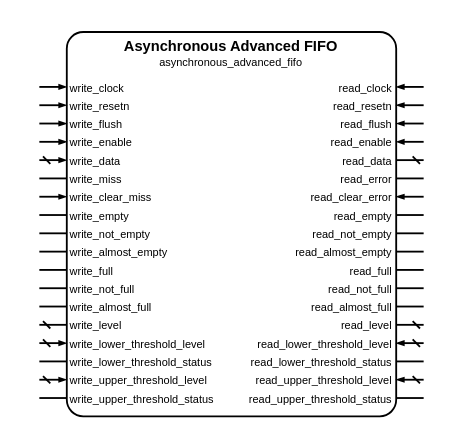
This is sources/data/access_enable/asynchronous_advanced_fifo/asynchronous_advanced_fifo.symbol.drawio from Louis-DR/OmniCores-BuildingBlocks, a draw.io file, before an edit. Source tidied: cells renumbered, new cells numbered last; positions are measured from the earlier drawing's top-left corner, leaving out a move shared by most shapes. Both pictures are drawn from the tidied source at 183%, with x=0, y=0 at pixel (38, 31).
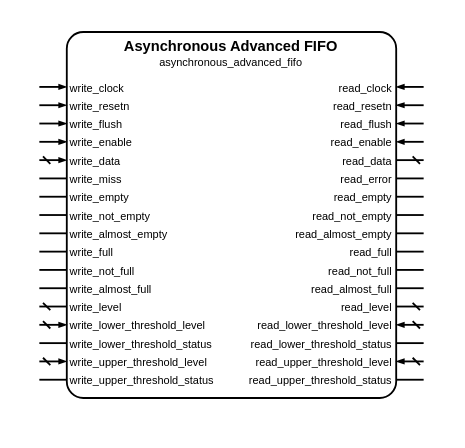
Above is the later version.

Commit message (it also covers changes not shown here):
[Change] Write miss and read error of advanced access-enable FIFOs are no longer registered flag that need clearing, but instead are pulse notification signals

The edit, as a diff of the source:
```diff
@@
     <mxCell id="2" style="group;" parent="1" vertex="1">
-      <mxGeometry width="210" height="210" as="geometry" />
+      <mxGeometry width="210" height="200" as="geometry" />
     </mxCell>
     <mxCell id="3" style="rounded=1;arcSize=5;fillColor=none;strokeWidth=1;strokeColor=black;whiteSpace=wrap;html=1;" parent="2" vertex="1">
-      <mxGeometry x="15" width="180" height="210" as="geometry" />
+      <mxGeometry x="15" width="180" height="200" as="geometry" />
     </mxCell>
@@
-    <mxCell id="30" value="write_clear_miss" style="text;html=1;align=left;verticalAlign=middle;whiteSpace=wrap;rounded=0;fontSize=6;fontStyle=0;fontColor=black;" parent="2" vertex="1">
-      <mxGeometry x="15" y="90" width="180" as="geometry" />
-    </mxCell>
-    <mxCell id="31" style="html=1;rounded=1;strokeWidth=1;strokeColor=black;startFill=0;startSize=2;startArrow=none;endFill=1;endSize=2;endArrow=blockThin;sourcePerimeterSpacing=0;" parent="2" edge="1">
-      <mxGeometry relative="1" as="geometry">
-        <mxPoint y="90" as="sourcePoint" />
-        <mxPoint x="15" y="90" as="targetPoint" />
-      </mxGeometry>
-    </mxCell>
-    <mxCell id="32" value="read_clear_error" style="text;html=1;align=right;verticalAlign=middle;whiteSpace=wrap;rounded=0;fontSize=6;fontStyle=0;fontColor=black;" parent="2" vertex="1">
-      <mxGeometry x="15" y="90" width="180" as="geometry" />
-    </mxCell>
-    <mxCell id="33" style="html=1;rounded=1;strokeWidth=1;strokeColor=black;startFill=0;startSize=2;startArrow=none;endFill=1;endSize=2;endArrow=blockThin;sourcePerimeterSpacing=0;" parent="2" edge="1">
-      <mxGeometry relative="1" as="geometry">
-        <mxPoint x="210" y="90" as="sourcePoint" />
-        <mxPoint x="195" y="90" as="targetPoint" />
-      </mxGeometry>
-    </mxCell>
     <mxCell id="34" value="write_empty" style="text;html=1;align=left;verticalAlign=middle;whiteSpace=wrap;rounded=0;fontSize=6;fontStyle=0;fontColor=black;" parent="2" vertex="1">
-      <mxGeometry x="15" y="100" width="180" as="geometry" />
+      <mxGeometry x="15" y="90" width="180" as="geometry" />
     </mxCell>
     <mxCell id="35" style="html=1;rounded=1;strokeWidth=1;strokeColor=black;startFill=0;startSize=2;startArrow=none;endFill=1;endSize=2;endArrow=none;sourcePerimeterSpacing=0;" parent="2" edge="1">
       <mxGeometry relative="1" as="geometry">
-        <mxPoint y="100" as="sourcePoint" />
-        <mxPoint x="15" y="100" as="targetPoint" />
+        <mxPoint y="90" as="sourcePoint" />
+        <mxPoint x="15" y="90" as="targetPoint" />
       </mxGeometry>
     </mxCell>
     <mxCell id="36" value="read_empty" style="text;html=1;align=right;verticalAlign=middle;whiteSpace=wrap;rounded=0;fontSize=6;fontStyle=0;fontColor=black;" parent="2" vertex="1">
-      <mxGeometry x="15" y="100" width="180" as="geometry" />
+      <mxGeometry x="15" y="90" width="180" as="geometry" />
     </mxCell>
     <mxCell id="37" style="html=1;rounded=1;strokeWidth=1;strokeColor=black;startFill=0;startSize=2;startArrow=none;endFill=1;endSize=2;endArrow=none;sourcePerimeterSpacing=0;" parent="2" edge="1">
       <mxGeometry relative="1" as="geometry">
-        <mxPoint x="210" y="100" as="sourcePoint" />
-        <mxPoint x="195" y="100" as="targetPoint" />
+        <mxPoint x="210" y="90" as="sourcePoint" />
+        <mxPoint x="195" y="90" as="targetPoint" />
       </mxGeometry>
     </mxCell>
     <mxCell id="38" value="write_not_empty" style="text;html=1;align=left;verticalAlign=middle;whiteSpace=wrap;rounded=0;fontSize=6;fontStyle=0;fontColor=black;" parent="2" vertex="1">
-      <mxGeometry x="15" y="110" width="180" as="geometry" />
+      <mxGeometry x="15" y="100" width="180" as="geometry" />
     </mxCell>
     <mxCell id="39" style="html=1;rounded=1;strokeWidth=1;strokeColor=black;startFill=0;startSize=2;startArrow=none;endFill=1;endSize=2;endArrow=none;sourcePerimeterSpacing=0;" parent="2" edge="1">
       <mxGeometry relative="1" as="geometry">
-        <mxPoint y="110" as="sourcePoint" />
-        <mxPoint x="15" y="110" as="targetPoint" />
+        <mxPoint y="100" as="sourcePoint" />
+        <mxPoint x="15" y="100" as="targetPoint" />
       </mxGeometry>
     </mxCell>
     <mxCell id="40" value="read_not_empty" style="text;html=1;align=right;verticalAlign=middle;whiteSpace=wrap;rounded=0;fontSize=6;fontStyle=0;fontColor=black;" parent="2" vertex="1">
-      <mxGeometry x="15" y="110" width="180" as="geometry" />
+      <mxGeometry x="15" y="100" width="180" as="geometry" />
     </mxCell>
     <mxCell id="41" style="html=1;rounded=1;strokeWidth=1;strokeColor=black;startFill=0;startSize=2;startArrow=none;endFill=1;endSize=2;endArrow=none;sourcePerimeterSpacing=0;" parent="2" edge="1">
       <mxGeometry relative="1" as="geometry">
-        <mxPoint x="210" y="110" as="sourcePoint" />
-        <mxPoint x="195" y="110" as="targetPoint" />
+        <mxPoint x="210" y="100" as="sourcePoint" />
+        <mxPoint x="195" y="100" as="targetPoint" />
       </mxGeometry>
     </mxCell>
     <mxCell id="42" value="write_almost_empty" style="text;html=1;align=left;verticalAlign=middle;whiteSpace=wrap;rounded=0;fontSize=6;fontStyle=0;fontColor=black;" parent="2" vertex="1">
-      <mxGeometry x="15" y="120" width="180" as="geometry" />
+      <mxGeometry x="15" y="110" width="180" as="geometry" />
     </mxCell>
     <mxCell id="43" style="html=1;rounded=1;strokeWidth=1;strokeColor=black;startFill=0;startSize=2;startArrow=none;endFill=1;endSize=2;endArrow=none;sourcePerimeterSpacing=0;" parent="2" edge="1">
       <mxGeometry relative="1" as="geometry">
-        <mxPoint y="120" as="sourcePoint" />
-        <mxPoint x="15" y="120" as="targetPoint" />
+        <mxPoint y="110" as="sourcePoint" />
+        <mxPoint x="15" y="110" as="targetPoint" />
       </mxGeometry>
     </mxCell>
     <mxCell id="44" value="read_almost_empty" style="text;html=1;align=right;verticalAlign=middle;whiteSpace=wrap;rounded=0;fontSize=6;fontStyle=0;fontColor=black;" parent="2" vertex="1">
-      <mxGeometry x="15" y="120" width="180" as="geometry" />
+      <mxGeometry x="15" y="110" width="180" as="geometry" />
     </mxCell>
     <mxCell id="45" style="html=1;rounded=1;strokeWidth=1;strokeColor=black;startFill=0;startSize=2;startArrow=none;endFill=1;endSize=2;endArrow=none;sourcePerimeterSpacing=0;" parent="2" edge="1">
       <mxGeometry relative="1" as="geometry">
-        <mxPoint x="210" y="120" as="sourcePoint" />
-        <mxPoint x="195" y="120" as="targetPoint" />
+        <mxPoint x="210" y="110" as="sourcePoint" />
+        <mxPoint x="195" y="110" as="targetPoint" />
       </mxGeometry>
     </mxCell>
     <mxCell id="46" value="write_full" style="text;html=1;align=left;verticalAlign=middle;whiteSpace=wrap;rounded=0;fontSize=6;fontStyle=0;fontColor=black;" parent="2" vertex="1">
-      <mxGeometry x="15" y="130" width="180" as="geometry" />
+      <mxGeometry x="15" y="120" width="180" as="geometry" />
     </mxCell>
     <mxCell id="47" style="html=1;rounded=1;strokeWidth=1;strokeColor=black;startFill=0;startSize=2;startArrow=none;endFill=1;endSize=2;endArrow=none;sourcePerimeterSpacing=0;" parent="2" edge="1">
       <mxGeometry relative="1" as="geometry">
-        <mxPoint y="130" as="sourcePoint" />
-        <mxPoint x="15" y="130" as="targetPoint" />
+        <mxPoint y="120" as="sourcePoint" />
+        <mxPoint x="15" y="120" as="targetPoint" />
       </mxGeometry>
     </mxCell>
     <mxCell id="48" value="read_full" style="text;html=1;align=right;verticalAlign=middle;whiteSpace=wrap;rounded=0;fontSize=6;fontStyle=0;fontColor=black;" parent="2" vertex="1">
-      <mxGeometry x="15" y="130" width="180" as="geometry" />
+      <mxGeometry x="15" y="120" width="180" as="geometry" />
     </mxCell>
     <mxCell id="49" style="html=1;rounded=1;strokeWidth=1;strokeColor=black;startFill=0;startSize=2;startArrow=none;endFill=1;endSize=2;endArrow=none;sourcePerimeterSpacing=0;" parent="2" edge="1">
       <mxGeometry relative="1" as="geometry">
-        <mxPoint x="210" y="130" as="sourcePoint" />
-        <mxPoint x="195" y="130" as="targetPoint" />
+        <mxPoint x="210" y="120" as="sourcePoint" />
+        <mxPoint x="195" y="120" as="targetPoint" />
       </mxGeometry>
     </mxCell>
     <mxCell id="50" value="write_not_full" style="text;html=1;align=left;verticalAlign=middle;whiteSpace=wrap;rounded=0;fontSize=6;fontStyle=0;fontColor=black;" parent="2" vertex="1">
-      <mxGeometry x="15" y="140" width="180" as="geometry" />
+      <mxGeometry x="15" y="130" width="180" as="geometry" />
     </mxCell>
     <mxCell id="51" style="html=1;rounded=1;strokeWidth=1;strokeColor=black;startFill=0;startSize=2;startArrow=none;endFill=1;endSize=2;endArrow=none;sourcePerimeterSpacing=0;" parent="2" edge="1">
       <mxGeometry relative="1" as="geometry">
-        <mxPoint y="140" as="sourcePoint" />
-        <mxPoint x="15" y="140" as="targetPoint" />
+        <mxPoint y="130" as="sourcePoint" />
+        <mxPoint x="15" y="130" as="targetPoint" />
       </mxGeometry>
     </mxCell>
     <mxCell id="52" value="read_not_full" style="text;html=1;align=right;verticalAlign=middle;whiteSpace=wrap;rounded=0;fontSize=6;fontStyle=0;fontColor=black;" parent="2" vertex="1">
-      <mxGeometry x="15" y="140" width="180" as="geometry" />
+      <mxGeometry x="15" y="130" width="180" as="geometry" />
     </mxCell>
     <mxCell id="53" style="html=1;rounded=1;strokeWidth=1;strokeColor=black;startFill=0;startSize=2;startArrow=none;endFill=1;endSize=2;endArrow=none;sourcePerimeterSpacing=0;" parent="2" edge="1">
       <mxGeometry relative="1" as="geometry">
-        <mxPoint x="210" y="140" as="sourcePoint" />
-        <mxPoint x="195" y="140" as="targetPoint" />
+        <mxPoint x="210" y="130" as="sourcePoint" />
+        <mxPoint x="195" y="130" as="targetPoint" />
       </mxGeometry>
     </mxCell>
     <mxCell id="54" value="write_almost_full" style="text;html=1;align=left;verticalAlign=middle;whiteSpace=wrap;rounded=0;fontSize=6;fontStyle=0;fontColor=black;" parent="2" vertex="1">
-      <mxGeometry x="15" y="150" width="180" as="geometry" />
+      <mxGeometry x="15" y="140" width="180" as="geometry" />
     </mxCell>
     <mxCell id="55" style="html=1;rounded=1;strokeWidth=1;strokeColor=black;startFill=0;startSize=2;startArrow=none;endFill=1;endSize=2;endArrow=none;sourcePerimeterSpacing=0;" parent="2" edge="1">
       <mxGeometry relative="1" as="geometry">
-        <mxPoint y="150" as="sourcePoint" />
-        <mxPoint x="15" y="150" as="targetPoint" />
+        <mxPoint y="140" as="sourcePoint" />
+        <mxPoint x="15" y="140" as="targetPoint" />
       </mxGeometry>
     </mxCell>
     <mxCell id="56" value="read_almost_full" style="text;html=1;align=right;verticalAlign=middle;whiteSpace=wrap;rounded=0;fontSize=6;fontStyle=0;fontColor=black;" parent="2" vertex="1">
-      <mxGeometry x="15" y="150" width="180" as="geometry" />
+      <mxGeometry x="15" y="140" width="180" as="geometry" />
     </mxCell>
     <mxCell id="57" style="html=1;rounded=1;strokeWidth=1;strokeColor=black;startFill=0;startSize=2;startArrow=none;endFill=1;endSize=2;endArrow=none;sourcePerimeterSpacing=0;" parent="2" edge="1">
       <mxGeometry relative="1" as="geometry">
-        <mxPoint x="210" y="150" as="sourcePoint" />
-        <mxPoint x="195" y="150" as="targetPoint" />
+        <mxPoint x="210" y="140" as="sourcePoint" />
+        <mxPoint x="195" y="140" as="targetPoint" />
       </mxGeometry>
     </mxCell>
     <mxCell id="58" value="write_level" style="text;html=1;align=left;verticalAlign=middle;whiteSpace=wrap;rounded=0;fontSize=6;fontStyle=0;fontColor=black;" parent="2" vertex="1">
-      <mxGeometry x="15" y="160" width="180" as="geometry" />
+      <mxGeometry x="15" y="150" width="180" as="geometry" />
     </mxCell>
     <mxCell id="59" style="html=1;rounded=1;strokeWidth=1;strokeColor=black;startFill=0;startSize=2;startArrow=dash;endFill=1;endSize=2;endArrow=none;sourcePerimeterSpacing=0;" parent="2" edge="1">
       <mxGeometry relative="1" as="geometry">
-        <mxPoint y="160" as="sourcePoint" />
-        <mxPoint x="15" y="160" as="targetPoint" />
+        <mxPoint y="150" as="sourcePoint" />
+        <mxPoint x="15" y="150" as="targetPoint" />
       </mxGeometry>
     </mxCell>
     <mxCell id="60" value="read_level" style="text;html=1;align=right;verticalAlign=middle;whiteSpace=wrap;rounded=0;fontSize=6;fontStyle=0;fontColor=black;" parent="2" vertex="1">
-      <mxGeometry x="15" y="160" width="180" as="geometry" />
+      <mxGeometry x="15" y="150" width="180" as="geometry" />
     </mxCell>
     <mxCell id="61" style="html=1;rounded=1;strokeWidth=1;strokeColor=black;startFill=0;startSize=2;startArrow=dash;endFill=1;endSize=2;endArrow=none;sourcePerimeterSpacing=0;" parent="2" edge="1">
       <mxGeometry relative="1" as="geometry">
-        <mxPoint x="210" y="160" as="sourcePoint" />
-        <mxPoint x="195" y="160" as="targetPoint" />
+        <mxPoint x="210" y="150" as="sourcePoint" />
+        <mxPoint x="195" y="150" as="targetPoint" />
       </mxGeometry>
     </mxCell>
     <mxCell id="62" value="write_lower_threshold_level" style="text;html=1;align=left;verticalAlign=middle;whiteSpace=wrap;rounded=0;fontSize=6;fontStyle=0;fontColor=black;" parent="2" vertex="1">
-      <mxGeometry x="15" y="170" width="180" as="geometry" />
+      <mxGeometry x="15" y="160" width="180" as="geometry" />
     </mxCell>
     <mxCell id="63" style="html=1;rounded=1;strokeWidth=1;strokeColor=black;startFill=0;startSize=2;startArrow=dash;endFill=1;endSize=2;endArrow=blockThin;sourcePerimeterSpacing=0;" parent="2" edge="1">
       <mxGeometry relative="1" as="geometry">
-        <mxPoint y="170" as="sourcePoint" />
-        <mxPoint x="15" y="170" as="targetPoint" />
+        <mxPoint y="160" as="sourcePoint" />
+        <mxPoint x="15" y="160" as="targetPoint" />
       </mxGeometry>
     </mxCell>
     <mxCell id="64" value="read_lower_threshold_level" style="text;html=1;align=right;verticalAlign=middle;whiteSpace=wrap;rounded=0;fontSize=6;fontStyle=0;fontColor=black;" parent="2" vertex="1">
-      <mxGeometry x="15" y="170" width="180" as="geometry" />
+      <mxGeometry x="15" y="160" width="180" as="geometry" />
     </mxCell>
     <mxCell id="65" style="html=1;rounded=1;strokeWidth=1;strokeColor=black;startFill=0;startSize=2;startArrow=dash;endFill=1;endSize=2;endArrow=blockThin;sourcePerimeterSpacing=0;" parent="2" edge="1">
       <mxGeometry relative="1" as="geometry">
-        <mxPoint x="210" y="170" as="sourcePoint" />
-        <mxPoint x="195" y="170" as="targetPoint" />
+        <mxPoint x="210" y="160" as="sourcePoint" />
+        <mxPoint x="195" y="160" as="targetPoint" />
       </mxGeometry>
     </mxCell>
     <mxCell id="66" value="write_lower_threshold_status" style="text;html=1;align=left;verticalAlign=middle;whiteSpace=wrap;rounded=0;fontSize=6;fontStyle=0;fontColor=black;" parent="2" vertex="1">
-      <mxGeometry x="15" y="180" width="180" as="geometry" />
+      <mxGeometry x="15" y="170" width="180" as="geometry" />
     </mxCell>
     <mxCell id="67" style="html=1;rounded=1;strokeWidth=1;strokeColor=black;startFill=0;startSize=2;startArrow=none;endFill=1;endSize=2;endArrow=none;sourcePerimeterSpacing=0;" parent="2" edge="1">
       <mxGeometry relative="1" as="geometry">
-        <mxPoint y="180" as="sourcePoint" />
-        <mxPoint x="15" y="180" as="targetPoint" />
+        <mxPoint y="170" as="sourcePoint" />
+        <mxPoint x="15" y="170" as="targetPoint" />
       </mxGeometry>
     </mxCell>
     <mxCell id="68" value="read_lower_threshold_status" style="text;html=1;align=right;verticalAlign=middle;whiteSpace=wrap;rounded=0;fontSize=6;fontStyle=0;fontColor=black;" parent="2" vertex="1">
-      <mxGeometry x="15" y="180" width="180" as="geometry" />
+      <mxGeometry x="15" y="170" width="180" as="geometry" />
     </mxCell>
     <mxCell id="69" style="html=1;rounded=1;strokeWidth=1;strokeColor=black;startFill=0;startSize=2;startArrow=none;endFill=1;endSize=2;endArrow=none;sourcePerimeterSpacing=0;" parent="2" edge="1">
       <mxGeometry relative="1" as="geometry">
-        <mxPoint x="210" y="180" as="sourcePoint" />
-        <mxPoint x="195" y="180" as="targetPoint" />
+        <mxPoint x="210" y="170" as="sourcePoint" />
+        <mxPoint x="195" y="170" as="targetPoint" />
       </mxGeometry>
     </mxCell>
     <mxCell id="70" value="write_upper_threshold_level" style="text;html=1;align=left;verticalAlign=middle;whiteSpace=wrap;rounded=0;fontSize=6;fontStyle=0;fontColor=black;" parent="2" vertex="1">
-      <mxGeometry x="15" y="190" width="180" as="geometry" />
+      <mxGeometry x="15" y="180" width="180" as="geometry" />
     </mxCell>
     <mxCell id="71" style="html=1;rounded=1;strokeWidth=1;strokeColor=black;startFill=0;startSize=2;startArrow=dash;endFill=1;endSize=2;endArrow=blockThin;sourcePerimeterSpacing=0;" parent="2" edge="1">
       <mxGeometry relative="1" as="geometry">
-        <mxPoint y="190" as="sourcePoint" />
-        <mxPoint x="15" y="190" as="targetPoint" />
+        <mxPoint y="180" as="sourcePoint" />
+        <mxPoint x="15" y="180" as="targetPoint" />
       </mxGeometry>
     </mxCell>
     <mxCell id="72" value="read_upper_threshold_level" style="text;html=1;align=right;verticalAlign=middle;whiteSpace=wrap;rounded=0;fontSize=6;fontStyle=0;fontColor=black;" parent="2" vertex="1">
-      <mxGeometry x="15" y="190" width="180" as="geometry" />
+      <mxGeometry x="15" y="180" width="180" as="geometry" />
     </mxCell>
     <mxCell id="73" style="html=1;rounded=1;strokeWidth=1;strokeColor=black;startFill=0;startSize=2;startArrow=dash;endFill=1;endSize=2;endArrow=blockThin;sourcePerimeterSpacing=0;" parent="2" edge="1">
       <mxGeometry relative="1" as="geometry">
-        <mxPoint x="210" y="190" as="sourcePoint" />
-        <mxPoint x="195" y="190" as="targetPoint" />
+        <mxPoint x="210" y="180" as="sourcePoint" />
+        <mxPoint x="195" y="180" as="targetPoint" />
       </mxGeometry>
     </mxCell>
     <mxCell id="74" value="write_upper_threshold_status" style="text;html=1;align=left;verticalAlign=middle;whiteSpace=wrap;rounded=0;fontSize=6;fontStyle=0;fontColor=black;" parent="2" vertex="1">
-      <mxGeometry x="15" y="200" width="180" as="geometry" />
+      <mxGeometry x="15" y="190" width="180" as="geometry" />
     </mxCell>
     <mxCell id="75" style="html=1;rounded=1;strokeWidth=1;strokeColor=black;startFill=0;startSize=2;startArrow=none;endFill=1;endSize=2;endArrow=none;sourcePerimeterSpacing=0;" parent="2" edge="1">
       <mxGeometry relative="1" as="geometry">
-        <mxPoint y="200" as="sourcePoint" />
-        <mxPoint x="15" y="200" as="targetPoint" />
+        <mxPoint y="190" as="sourcePoint" />
+        <mxPoint x="15" y="190" as="targetPoint" />
       </mxGeometry>
     </mxCell>
     <mxCell id="76" value="read_upper_threshold_status" style="text;html=1;align=right;verticalAlign=middle;whiteSpace=wrap;rounded=0;fontSize=6;fontStyle=0;fontColor=black;" parent="2" vertex="1">
-      <mxGeometry x="15" y="200" width="180" as="geometry" />
+      <mxGeometry x="15" y="190" width="180" as="geometry" />
     </mxCell>
     <mxCell id="77" style="html=1;rounded=1;strokeWidth=1;strokeColor=black;startFill=0;startSize=2;startArrow=none;endFill=1;endSize=2;endArrow=none;sourcePerimeterSpacing=0;" parent="2" edge="1">
       <mxGeometry relative="1" as="geometry">
-        <mxPoint x="210" y="200" as="sourcePoint" />
-        <mxPoint x="195" y="200" as="targetPoint" />
+        <mxPoint x="210" y="190" as="sourcePoint" />
+        <mxPoint x="195" y="190" as="targetPoint" />
       </mxGeometry>
     </mxCell>
```
